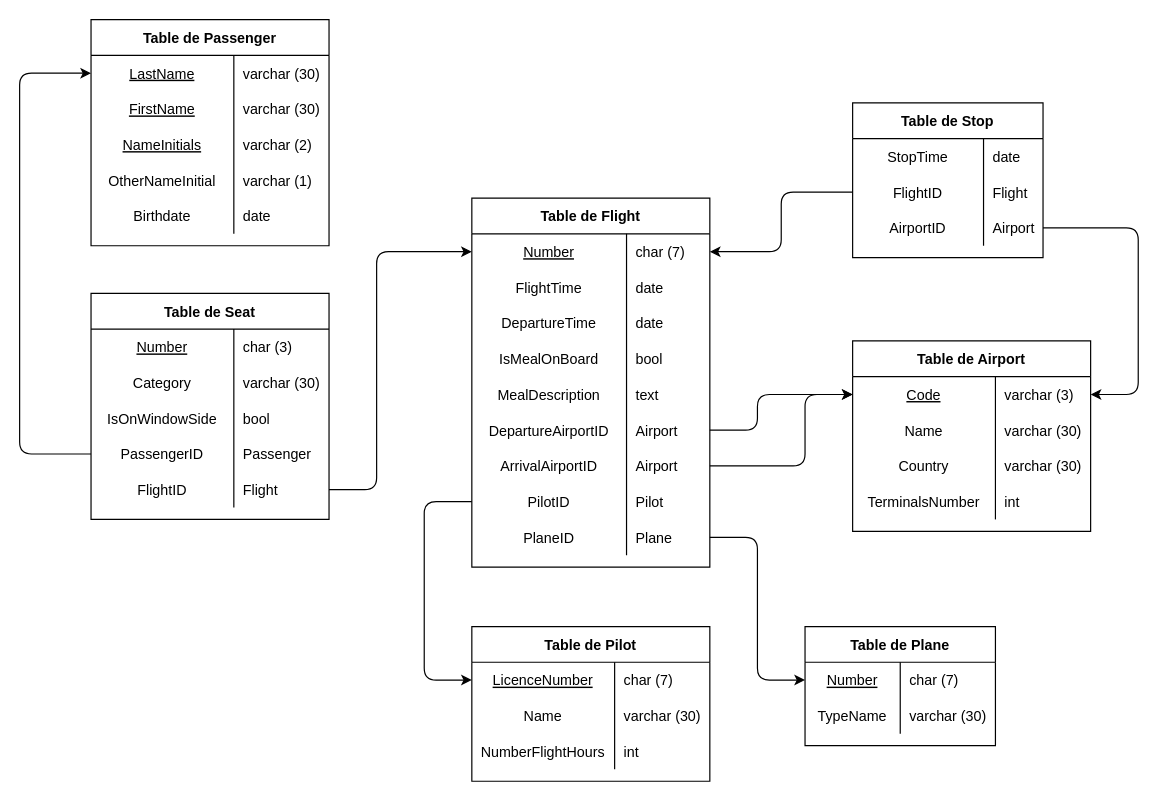
Before: Schéma des tables.drawio in pauline-lr/Flight-manager, a draw.io diagram. Source tidied: cells renumbered, new cells numbered last; positions are measured from the earlier drawing's top-left corner, leaving out a move shared by most shapes. Both pictures are drawn from the tidied source at 119%, with x=0, y=0 at pixel (19, 19).
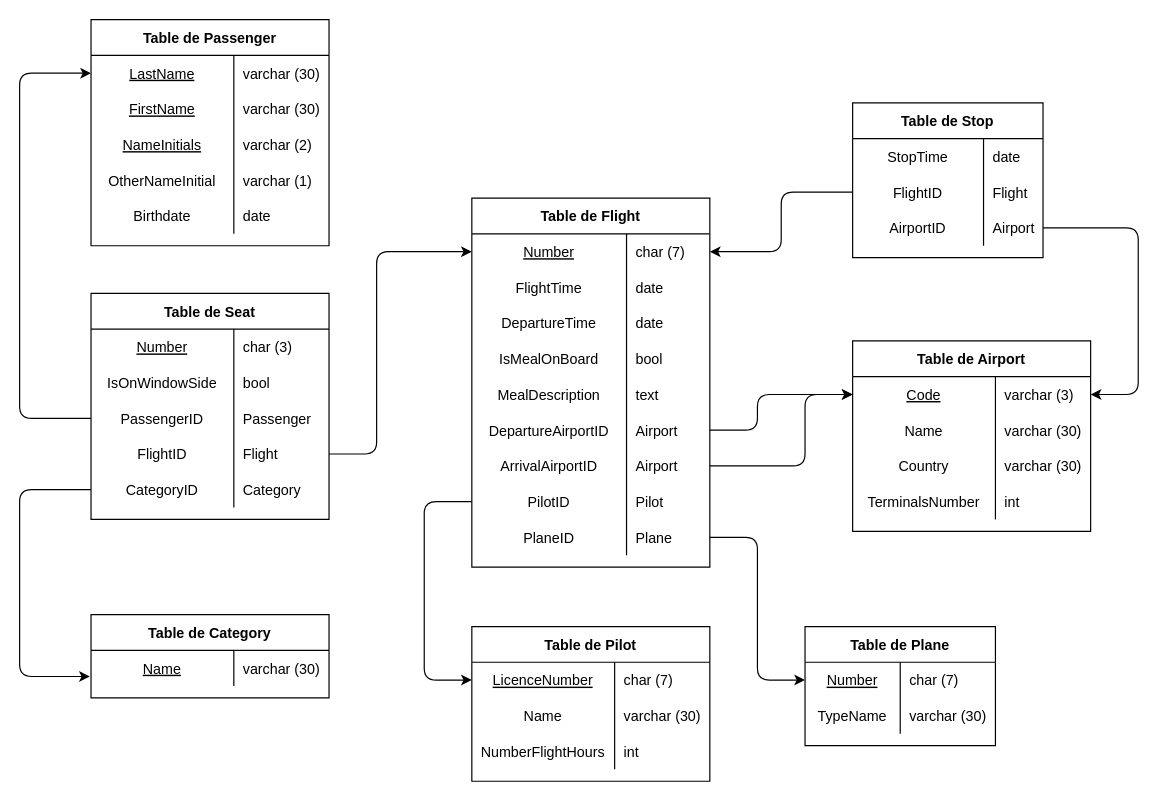
Above is the later version.

Unchanged cells that the change refers to:
```xml
<mxCell id="3" style="shape=partialRectangle;fillColor=none;top=0;left=0;bottom=0;right=0;points=[[0,0.5],[1,0.5]];portConstraint=eastwest;" parent="2" vertex="1">
  <mxGeometry y="30" width="200" height="30" as="geometry" />
</mxCell>
<mxCell id="70" value="Table de Seat" style="shape=table;startSize=30;childLayout=tableLayout;rowLines=0;fontStyle=1;align=center;" parent="1" vertex="1">
  <mxGeometry x="60" y="230" width="200" height="190" as="geometry" />
</mxCell>
<mxCell id="87" style="shape=partialRectangle;fillColor=none;top=0;left=0;bottom=0;right=0;points=[[0,0.5],[1,0.5]];portConstraint=eastwest;" parent="86" vertex="1">
  <mxGeometry y="30" width="200" height="30" as="geometry" />
</mxCell>
```

Diff of the diagram source:
```diff
@@
-    <mxCell id="74" style="shape=partialRectangle;fillColor=none;top=0;left=0;bottom=0;right=0;points=[[0,0.5],[1,0.5]];portConstraint=eastwest;" parent="70" vertex="1">
-      <mxGeometry y="60" width="200" height="30" as="geometry" />
-    </mxCell>
-    <mxCell id="75" value="Category" style="shape=partialRectangle;fillColor=none;top=0;left=0;bottom=0;right=0;fontStyle=0;overflow=hidden;" parent="74" vertex="1">
-      <mxGeometry width="120" height="30" as="geometry" />
-    </mxCell>
-    <mxCell id="76" value="varchar (30)" style="shape=partialRectangle;fillColor=none;top=0;left=0;bottom=0;right=0;align=left;spacingLeft=6;fontStyle=0;overflow=hidden;" parent="74" vertex="1">
-      <mxGeometry x="120" width="80" height="30" as="geometry" />
-    </mxCell>
     <mxCell id="77" style="shape=partialRectangle;fillColor=none;top=0;left=0;bottom=0;right=0;" parent="70" vertex="1">
-      <mxGeometry y="90" width="200" height="30" as="geometry" />
+      <mxGeometry y="60" width="200" height="30" as="geometry" />
     </mxCell>
@@
     <mxCell id="80" style="shape=partialRectangle;fillColor=none;top=0;left=0;bottom=0;right=0;points=[[0,0.5],[1,0.5]];portConstraint=eastwest;" parent="70" vertex="1">
-      <mxGeometry y="120" width="200" height="30" as="geometry" />
+      <mxGeometry y="90" width="200" height="30" as="geometry" />
     </mxCell>
@@
     <mxCell id="83" style="shape=partialRectangle;fillColor=none;top=0;left=0;bottom=0;right=0;points=[[0,0.5],[1,0.5]];portConstraint=eastwest;" parent="70" vertex="1">
-      <mxGeometry y="150" width="200" height="30" as="geometry" />
+      <mxGeometry y="120" width="200" height="30" as="geometry" />
     </mxCell>
@@
+    <mxCell id="74" style="shape=partialRectangle;fillColor=none;top=0;left=0;bottom=0;right=0;points=[[0,0.5],[1,0.5]];portConstraint=eastwest;" parent="70" vertex="1">
+      <mxGeometry y="150" width="200" height="30" as="geometry" />
+    </mxCell>
+    <mxCell id="75" value="CategoryID" style="shape=partialRectangle;fillColor=none;top=0;left=0;bottom=0;right=0;fontStyle=0;overflow=hidden;" parent="74" vertex="1">
+      <mxGeometry width="120" height="30" as="geometry" />
+    </mxCell>
+    <mxCell id="76" value="Category" style="shape=partialRectangle;fillColor=none;top=0;left=0;bottom=0;right=0;align=left;spacingLeft=6;fontStyle=0;overflow=hidden;" parent="74" vertex="1">
+      <mxGeometry x="120" width="80" height="30" as="geometry" />
+    </mxCell>
@@
     <mxCell id="102" style="endArrow=classic;startArrow=none;html=1;exitX=1;exitY=0.5;exitDx=0;exitDy=0;entryX=0;entryY=0.5;entryDx=0;entryDy=0;startFill=0;" parent="1" edge="1" source="83" target="3">
       <mxGeometry relative="1" as="geometry">
         <Array as="points">
-          <mxPoint x="300" y="395" />
+          <mxPoint x="300" y="365" />
           <mxPoint x="300" y="195" />
         </Array>
       </mxGeometry>
     </mxCell>
     <mxCell id="103" style="endArrow=none;startArrow=classic;html=1;entryX=0;entryY=0.5;entryDx=0;entryDy=0;exitX=0;exitY=0.5;exitDx=0;exitDy=0;endFill=0;" parent="1" edge="1" source="87" target="80">
       <mxGeometry relative="1" as="geometry">
         <Array as="points">
           <mxPoint y="45" />
-          <mxPoint y="365" />
+          <mxPoint y="335" />
         </Array>
       </mxGeometry>
     </mxCell>
@@
+    <mxCell id="110" value="Table de Category" style="shape=table;startSize=30;childLayout=tableLayout;rowLines=0;fontStyle=1;align=center;" parent="1" vertex="1">
+      <mxGeometry x="60" y="500" width="200" height="70" as="geometry" />
+    </mxCell>
+    <mxCell id="111" style="shape=partialRectangle;fillColor=none;top=0;left=0;bottom=0;right=0;points=[[0,0.5],[1,0.5]];portConstraint=eastwest;" parent="110" vertex="1">
+      <mxGeometry y="30" width="200" height="30" as="geometry" />
+    </mxCell>
+    <mxCell id="112" value="Name" style="shape=partialRectangle;fillColor=none;top=0;left=0;bottom=0;right=0;fontStyle=4;overflow=hidden;" parent="111" vertex="1">
+      <mxGeometry width="120" height="30" as="geometry" />
+    </mxCell>
+    <mxCell id="113" value="varchar (30)" style="shape=partialRectangle;fillColor=none;top=0;left=0;bottom=0;right=0;align=left;spacingLeft=6;fontStyle=0;overflow=hidden;" parent="111" vertex="1">
+      <mxGeometry x="120" width="80" height="30" as="geometry" />
+    </mxCell>
+    <mxCell id="114" style="endArrow=classic;html=1;exitX=0;exitY=0.5;exitDx=0;exitDy=0;entryX=-0.005;entryY=0.733;entryDx=0;entryDy=0;entryPerimeter=0;" parent="1" edge="1" source="74" target="111">
+      <mxGeometry relative="1" as="geometry">
+        <Array as="points">
+          <mxPoint y="395" />
+          <mxPoint y="552" />
+        </Array>
+      </mxGeometry>
+    </mxCell>
```
